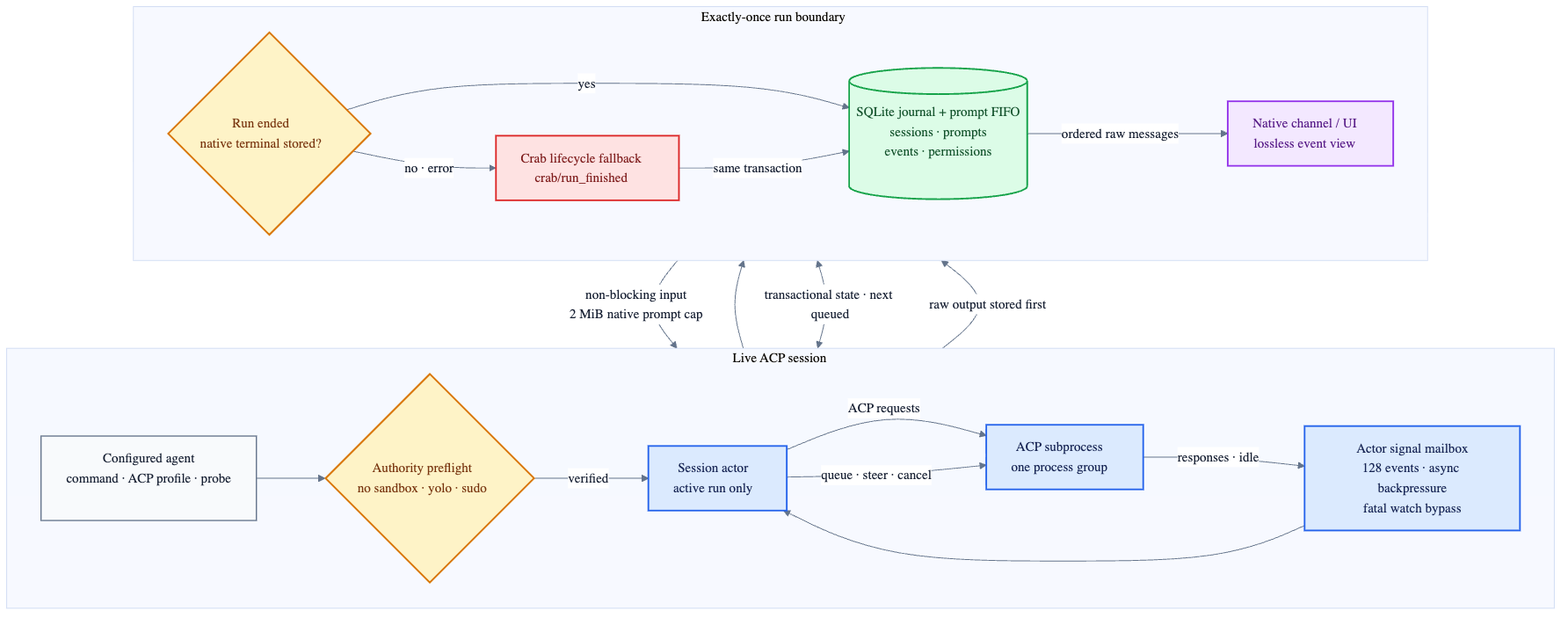
The Mermaid diagram v2/docs/agent-host-flow.png in fontanierh/crab, before a commit. Its source is kept beside it as v2/docs/agent-host-flow.mmd.
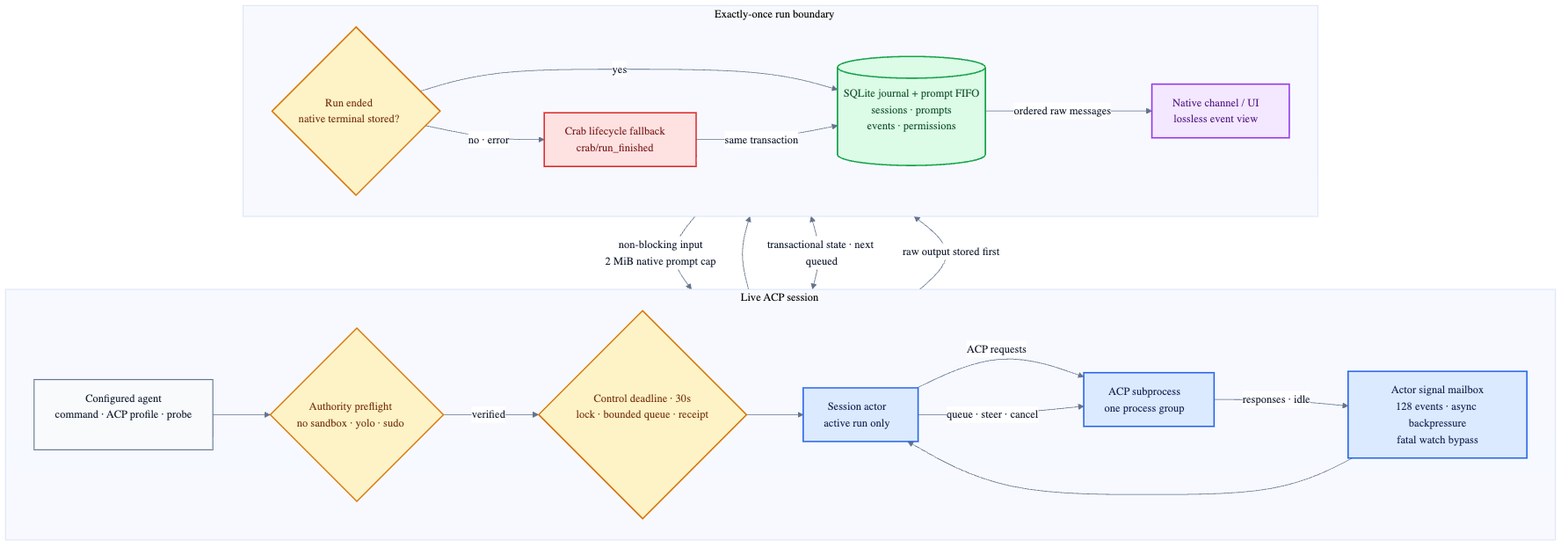
The same diagram one commit later.

Commit message:
fix(v2): bound session control waits (#312)

What changed in the source:
```diff
@@ -4,11 +4,12 @@
         direction LR
         CONFIG["Configured agent<br/>command · ACP profile · probe"]
         PREFLIGHT{"Authority preflight<br/>no sandbox · yolo · sudo"}
+        CONTROL{"Control deadline · 30s<br/>lock · bounded queue · receipt"}
         ACTOR["Session actor<br/>active run only"]
         MAILBOX["Actor signal mailbox<br/>128 events · async backpressure<br/>fatal watch bypass"]
         ACP["ACP subprocess<br/>one process group"]
         CONFIG --> PREFLIGHT
-        PREFLIGHT -->|"verified"| ACTOR
+        PREFLIGHT -->|"verified"| CONTROL --> ACTOR
         ACTOR -->|"ACP requests"| ACP
         ACP -->|"responses · idle"| MAILBOX --> ACTOR
         ACTOR -->|"queue · steer · cancel"| ACP
@@ -28,7 +29,7 @@
     ACTOR --> ENDED
     ACTOR <-->|"transactional state · next queued"| DB
     ACP -->|"raw output stored first"| DB
-    UI -->|"non-blocking input<br/>2 MiB native prompt cap"| ACTOR
+    UI -->|"non-blocking input<br/>2 MiB native prompt cap"| CONTROL
 
     classDef config fill:#f8fafc,stroke:#64748b,stroke-width:1.5px,color:#172033;
     classDef gate fill:#fef3c7,stroke:#d97706,stroke-width:2px,color:#78350f;
@@ -38,7 +39,7 @@
     classDef ui fill:#f3e8ff,stroke:#9333ea,stroke-width:2px,color:#581c87;
 
     class CONFIG config;
-    class PREFLIGHT gate;
+    class PREFLIGHT,CONTROL gate;
     class ACTOR,MAILBOX,ACP runtime;
     class FALLBACK fallback;
     class ENDED gate;
```
